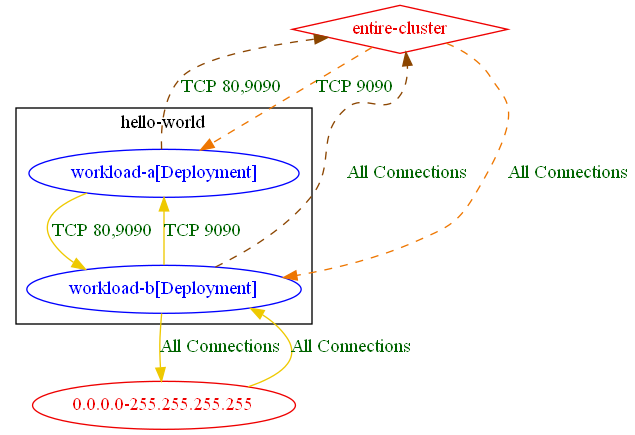
Above: test_outputs/connlist/exposure_test_with_anp_6_entire_cluster_example_exposure_output.dot.png in np-guard/netpol-analyzer (Graphviz), before the change. Its source is kept beside it as test_outputs/connlist/exposure_test_with_anp_6_entire_cluster_example_exposure_output.dot.
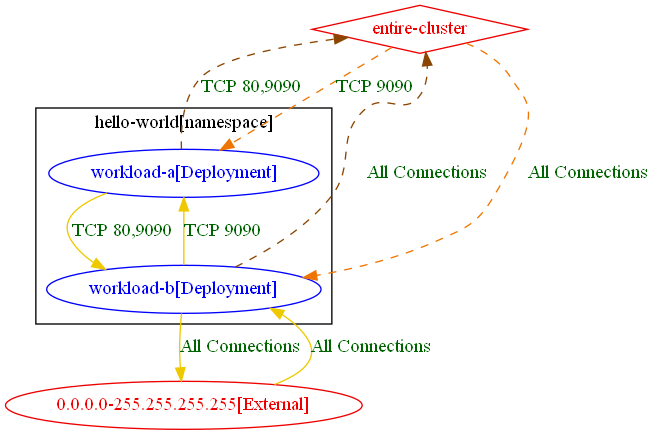
Above is the later version.

Diff of the diagram source:
```diff
@@ -1,19 +1,19 @@
 digraph {
-	subgraph "cluster_hello_world" {
+	subgraph "cluster_hello_world[namespace]" {
 		color="black"
 		fontcolor="black"
 		"hello-world/workload-a[Deployment]" [label="workload-a[Deployment]" color="blue" fontcolor="blue"]
 		"hello-world/workload-b[Deployment]" [label="workload-b[Deployment]" color="blue" fontcolor="blue"]
-		label="hello-world"
+		label="hello-world[namespace]"
 	}
-	"0.0.0.0-255.255.255.255" [label="0.0.0.0-255.255.255.255" color="red2" fontcolor="red2"]
+	"0.0.0.0-255.255.255.255[External]" [label="0.0.0.0-255.255.255.255[External]" color="red2" fontcolor="red2"]
 	"entire-cluster" [label="entire-cluster" color="red2" fontcolor="red2" shape=diamond]
-	"0.0.0.0-255.255.255.255" -> "hello-world/workload-b[Deployment]" [label="All Connections" color="gold2" fontcolor="darkgreen" weight=0.5]
+	"0.0.0.0-255.255.255.255[External]" -> "hello-world/workload-b[Deployment]" [label="All Connections" color="gold2" fontcolor="darkgreen" weight=0.5]
 	"entire-cluster" -> "hello-world/workload-a[Deployment]" [label="TCP 9090" color="darkorange2" fontcolor="darkgreen" weight=1 style=dashed]
 	"entire-cluster" -> "hello-world/workload-b[Deployment]" [label="All Connections" color="darkorange2" fontcolor="darkgreen" weight=1 style=dashed]
 	"hello-world/workload-a[Deployment]" -> "entire-cluster" [label="TCP 80,9090" color="darkorange4" fontcolor="darkgreen" weight=0.5 style=dashed]
 	"hello-world/workload-a[Deployment]" -> "hello-world/workload-b[Deployment]" [label="TCP 80,9090" color="gold2" fontcolor="darkgreen" weight=0.5]
-	"hello-world/workload-b[Deployment]" -> "0.0.0.0-255.255.255.255" [label="All Connections" color="gold2" fontcolor="darkgreen" weight=1]
+	"hello-world/workload-b[Deployment]" -> "0.0.0.0-255.255.255.255[External]" [label="All Connections" color="gold2" fontcolor="darkgreen" weight=1]
 	"hello-world/workload-b[Deployment]" -> "entire-cluster" [label="All Connections" color="darkorange4" fontcolor="darkgreen" weight=0.5 style=dashed]
 	"hello-world/workload-b[Deployment]" -> "hello-world/workload-a[Deployment]" [label="TCP 9090" color="gold2" fontcolor="darkgreen" weight=1]
 }
```
